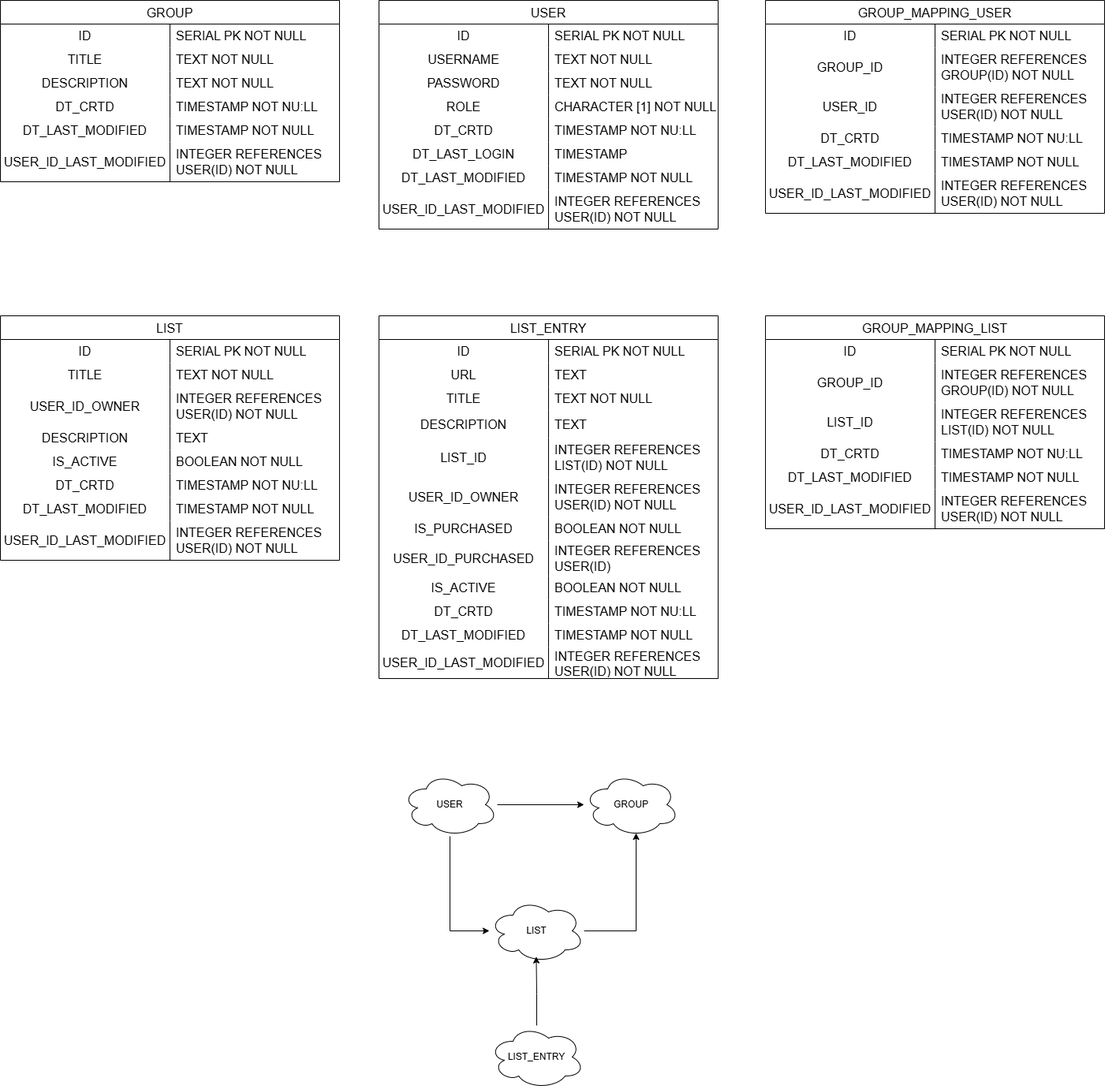
Earlier version of the draw.io export sql/SystemDesign.png (petertz044/christmas-lists). Source tidied: cells renumbered, new cells last; positions are measured from the earlier drawing's top-left corner, leaving out a move shared by most shapes.
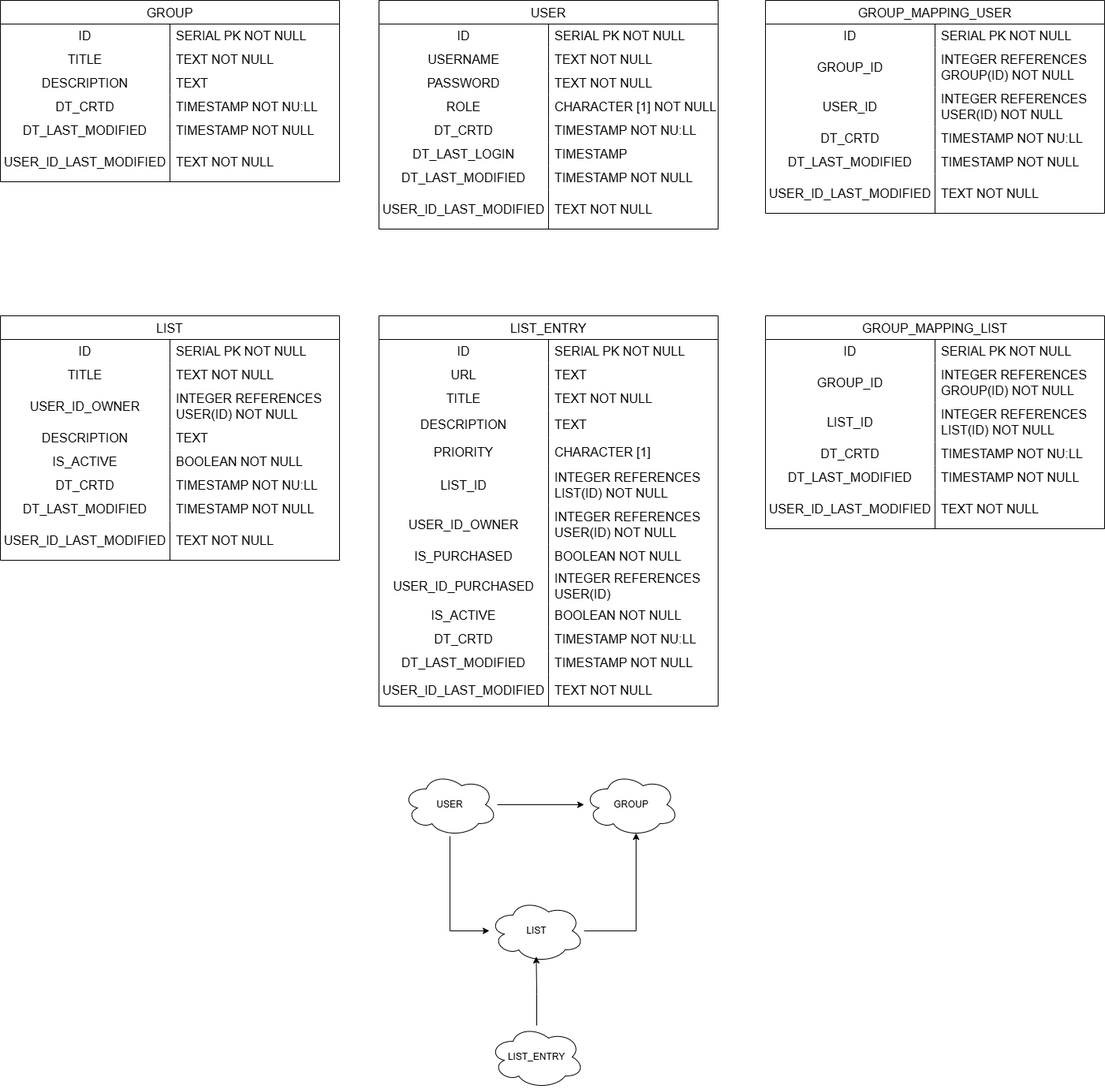
Above is the later version.

Diff of the diagram source:
```diff
@@ -74,11 +74,11 @@
     <mxCell id="25" value="USER_ID_LAST_MODIFIED" style="shape=partialRectangle;html=1;whiteSpace=wrap;fillColor=none;top=0;left=0;bottom=0;right=0;overflow=hidden;strokeColor=inherit;fontSize=16;" parent="24" vertex="1">
       <mxGeometry width="215" height="50" as="geometry" />
     </mxCell>
-    <mxCell id="26" value="INTEGER REFERENCES USER(ID) NOT NULL" style="shape=partialRectangle;html=1;whiteSpace=wrap;fillColor=none;top=0;left=0;bottom=0;right=0;align=left;spacingLeft=6;overflow=hidden;strokeColor=inherit;fontSize=16;" parent="24" vertex="1">
+    <mxCell id="26" value="TEXT NOT NULL" style="shape=partialRectangle;html=1;whiteSpace=wrap;fillColor=none;top=0;left=0;bottom=0;right=0;align=left;spacingLeft=6;overflow=hidden;strokeColor=inherit;fontSize=16;" parent="24" vertex="1">
       <mxGeometry x="215" width="215" height="50" as="geometry" />
     </mxCell>
     <mxCell id="27" value="LIST_ENTRY" style="shape=table;startSize=30;rowLines=0;fontStyle=0;strokeColor=default;fontSize=16;swimlaneFillColor=#FFFFFF;" parent="1" vertex="1">
-      <mxGeometry x="480" y="400" width="430" height="460" as="geometry" />
+      <mxGeometry x="480" y="400" width="430" height="495" as="geometry" />
     </mxCell>
     <mxCell id="28" style="shape=tableRow;horizontal=0;startSize=0;swimlaneHead=0;swimlaneBody=0;top=0;left=0;bottom=0;right=0;fillColor=none;strokeColor=inherit;fontSize=16;" parent="27" vertex="1">
       <mxGeometry y="30" width="430" height="30" as="geometry" />
@@ -116,8 +116,17 @@
     <mxCell id="39" value="TEXT" style="shape=partialRectangle;html=1;whiteSpace=wrap;fillColor=none;top=0;left=0;bottom=0;right=0;align=left;spacingLeft=6;overflow=hidden;strokeColor=inherit;fontSize=16;" parent="37" vertex="1">
       <mxGeometry x="215" width="215" height="35" as="geometry" />
     </mxCell>
+    <mxCell id="154" style="shape=tableRow;horizontal=0;startSize=0;swimlaneHead=0;swimlaneBody=0;top=0;left=0;bottom=0;right=0;fillColor=none;strokeColor=inherit;fontSize=16;" parent="27" vertex="1">
+      <mxGeometry y="155" width="430" height="35" as="geometry" />
+    </mxCell>
+    <mxCell id="155" value="PRIORITY" style="shape=partialRectangle;html=1;whiteSpace=wrap;fillColor=none;top=0;left=0;bottom=0;right=0;overflow=hidden;strokeColor=inherit;fontSize=16;" parent="154" vertex="1">
+      <mxGeometry width="215" height="35" as="geometry" />
+    </mxCell>
+    <mxCell id="156" value="CHARACTER [1]" style="shape=partialRectangle;html=1;whiteSpace=wrap;fillColor=none;top=0;left=0;bottom=0;right=0;align=left;spacingLeft=6;overflow=hidden;strokeColor=inherit;fontSize=16;" parent="154" vertex="1">
+      <mxGeometry x="215" width="215" height="35" as="geometry" />
+    </mxCell>
     <mxCell id="40" style="shape=tableRow;horizontal=0;startSize=0;swimlaneHead=0;swimlaneBody=0;top=0;left=0;bottom=0;right=0;fillColor=none;strokeColor=inherit;fontSize=16;" parent="27" vertex="1">
-      <mxGeometry y="155" width="430" height="50" as="geometry" />
+      <mxGeometry y="190" width="430" height="50" as="geometry" />
     </mxCell>
     <mxCell id="41" value="LIST_ID" style="shape=partialRectangle;html=1;whiteSpace=wrap;fillColor=none;top=0;left=0;bottom=0;right=0;overflow=hidden;strokeColor=inherit;fontSize=16;" parent="40" vertex="1">
       <mxGeometry width="215" height="50" as="geometry" />
@@ -126,7 +135,7 @@
       <mxGeometry x="215" width="215" height="50" as="geometry" />
     </mxCell>
     <mxCell id="43" style="shape=tableRow;horizontal=0;startSize=0;swimlaneHead=0;swimlaneBody=0;top=0;left=0;bottom=0;right=0;fillColor=none;strokeColor=inherit;fontSize=16;" parent="27" vertex="1">
-      <mxGeometry y="205" width="430" height="50" as="geometry" />
+      <mxGeometry y="240" width="430" height="50" as="geometry" />
     </mxCell>
     <mxCell id="44" value="USER_ID_OWNER" style="shape=partialRectangle;html=1;whiteSpace=wrap;fillColor=none;top=0;left=0;bottom=0;right=0;overflow=hidden;strokeColor=inherit;fontSize=16;" parent="43" vertex="1">
       <mxGeometry width="215" height="50" as="geometry" />
@@ -135,7 +144,7 @@
       <mxGeometry x="215" width="215" height="50" as="geometry" />
     </mxCell>
     <mxCell id="46" style="shape=tableRow;horizontal=0;startSize=0;swimlaneHead=0;swimlaneBody=0;top=0;left=0;bottom=0;right=0;fillColor=none;strokeColor=inherit;fontSize=16;" parent="27" vertex="1">
-      <mxGeometry y="255" width="430" height="30" as="geometry" />
+      <mxGeometry y="290" width="430" height="30" as="geometry" />
     </mxCell>
     <mxCell id="47" value="IS_PURCHASED" style="shape=partialRectangle;html=1;whiteSpace=wrap;fillColor=none;top=0;left=0;bottom=0;right=0;overflow=hidden;strokeColor=inherit;fontSize=16;" parent="46" vertex="1">
       <mxGeometry width="215" height="30" as="geometry" />
@@ -144,7 +153,7 @@
       <mxGeometry x="215" width="215" height="30" as="geometry" />
     </mxCell>
     <mxCell id="49" style="shape=tableRow;horizontal=0;startSize=0;swimlaneHead=0;swimlaneBody=0;top=0;left=0;bottom=0;right=0;fillColor=none;strokeColor=inherit;fontSize=16;" parent="27" vertex="1">
-      <mxGeometry y="285" width="430" height="45" as="geometry" />
+      <mxGeometry y="320" width="430" height="45" as="geometry" />
     </mxCell>
     <mxCell id="50" value="USER_ID_PURCHASED" style="shape=partialRectangle;html=1;whiteSpace=wrap;fillColor=none;top=0;left=0;bottom=0;right=0;overflow=hidden;strokeColor=inherit;fontSize=16;" parent="49" vertex="1">
       <mxGeometry width="215" height="45" as="geometry" />
@@ -153,7 +162,7 @@
       <mxGeometry x="215" width="215" height="45" as="geometry" />
     </mxCell>
     <mxCell id="52" style="shape=tableRow;horizontal=0;startSize=0;swimlaneHead=0;swimlaneBody=0;top=0;left=0;bottom=0;right=0;fillColor=none;strokeColor=inherit;fontSize=16;" parent="27" vertex="1">
-      <mxGeometry y="330" width="430" height="30" as="geometry" />
+      <mxGeometry y="365" width="430" height="30" as="geometry" />
     </mxCell>
     <mxCell id="53" value="IS_ACTIVE" style="shape=partialRectangle;html=1;whiteSpace=wrap;fillColor=none;top=0;left=0;bottom=0;right=0;overflow=hidden;strokeColor=inherit;fontSize=16;" parent="52" vertex="1">
       <mxGeometry width="215" height="30" as="geometry" />
@@ -162,7 +171,7 @@
       <mxGeometry x="215" width="215" height="30" as="geometry" />
     </mxCell>
     <mxCell id="55" style="shape=tableRow;horizontal=0;startSize=0;swimlaneHead=0;swimlaneBody=0;top=0;left=0;bottom=0;right=0;fillColor=none;strokeColor=inherit;fontSize=16;" parent="27" vertex="1">
-      <mxGeometry y="360" width="430" height="30" as="geometry" />
+      <mxGeometry y="395" width="430" height="30" as="geometry" />
     </mxCell>
     <mxCell id="56" value="DT_CRTD" style="shape=partialRectangle;html=1;whiteSpace=wrap;fillColor=none;top=0;left=0;bottom=0;right=0;overflow=hidden;strokeColor=inherit;fontSize=16;" parent="55" vertex="1">
       <mxGeometry width="215" height="30" as="geometry" />
@@ -171,7 +180,7 @@
       <mxGeometry x="215" width="215" height="30" as="geometry" />
     </mxCell>
     <mxCell id="58" style="shape=tableRow;horizontal=0;startSize=0;swimlaneHead=0;swimlaneBody=0;top=0;left=0;bottom=0;right=0;fillColor=none;strokeColor=inherit;fontSize=16;" parent="27" vertex="1">
-      <mxGeometry y="390" width="430" height="30" as="geometry" />
+      <mxGeometry y="425" width="430" height="30" as="geometry" />
     </mxCell>
     <mxCell id="59" value="DT_LAST_MODIFIED" style="shape=partialRectangle;html=1;whiteSpace=wrap;fillColor=none;top=0;left=0;bottom=0;right=0;overflow=hidden;strokeColor=inherit;fontSize=16;" parent="58" vertex="1">
       <mxGeometry width="215" height="30" as="geometry" />
@@ -180,12 +189,12 @@
       <mxGeometry x="215" width="215" height="30" as="geometry" />
     </mxCell>
     <mxCell id="61" style="shape=tableRow;horizontal=0;startSize=0;swimlaneHead=0;swimlaneBody=0;top=0;left=0;bottom=0;right=0;fillColor=none;strokeColor=inherit;fontSize=16;" parent="27" vertex="1">
-      <mxGeometry y="420" width="430" height="40" as="geometry" />
+      <mxGeometry y="455" width="430" height="40" as="geometry" />
     </mxCell>
     <mxCell id="62" value="USER_ID_LAST_MODIFIED" style="shape=partialRectangle;html=1;whiteSpace=wrap;fillColor=none;top=0;left=0;bottom=0;right=0;overflow=hidden;strokeColor=inherit;fontSize=16;" parent="61" vertex="1">
       <mxGeometry width="215" height="40" as="geometry" />
     </mxCell>
-    <mxCell id="63" value="INTEGER REFERENCES USER(ID) NOT NULL" style="shape=partialRectangle;html=1;whiteSpace=wrap;fillColor=none;top=0;left=0;bottom=0;right=0;align=left;spacingLeft=6;overflow=hidden;strokeColor=inherit;fontSize=16;" parent="61" vertex="1">
+    <mxCell id="63" value="TEXT NOT NULL" style="shape=partialRectangle;html=1;whiteSpace=wrap;fillColor=none;top=0;left=0;bottom=0;right=0;align=left;spacingLeft=6;overflow=hidden;strokeColor=inherit;fontSize=16;" parent="61" vertex="1">
       <mxGeometry x="215" width="215" height="40" as="geometry" />
     </mxCell>
     <mxCell id="64" value="LIST" style="shape=table;startSize=30;rowLines=0;fontStyle=0;strokeColor=default;fontSize=16;swimlaneFillColor=#FFFFFF;" parent="1" vertex="1">
@@ -260,7 +269,7 @@
     <mxCell id="87" value="USER_ID_LAST_MODIFIED" style="shape=partialRectangle;html=1;whiteSpace=wrap;fillColor=none;top=0;left=0;bottom=0;right=0;overflow=hidden;strokeColor=inherit;fontSize=16;" parent="86" vertex="1">
       <mxGeometry width="215" height="50" as="geometry" />
     </mxCell>
-    <mxCell id="88" value="INTEGER REFERENCES USER(ID) NOT NULL" style="shape=partialRectangle;html=1;whiteSpace=wrap;fillColor=none;top=0;left=0;bottom=0;right=0;align=left;spacingLeft=6;overflow=hidden;strokeColor=inherit;fontSize=16;" parent="86" vertex="1">
+    <mxCell id="88" value="TEXT NOT NULL" style="shape=partialRectangle;html=1;whiteSpace=wrap;fillColor=none;top=0;left=0;bottom=0;right=0;align=left;spacingLeft=6;overflow=hidden;strokeColor=inherit;fontSize=16;" parent="86" vertex="1">
       <mxGeometry x="215" width="215" height="50" as="geometry" />
     </mxCell>
     <mxCell id="89" value="GROUP" style="shape=table;startSize=30;rowLines=0;fontStyle=0;strokeColor=default;fontSize=16;swimlaneFillColor=#FFFFFF;" parent="1" vertex="1">
@@ -290,7 +299,7 @@
     <mxCell id="97" value="DESCRIPTION" style="shape=partialRectangle;html=1;whiteSpace=wrap;fillColor=none;top=0;left=0;bottom=0;right=0;overflow=hidden;strokeColor=inherit;fontSize=16;" parent="96" vertex="1">
       <mxGeometry width="215" height="30" as="geometry" />
     </mxCell>
-    <mxCell id="98" value="TEXT NOT NULL" style="shape=partialRectangle;html=1;whiteSpace=wrap;fillColor=none;top=0;left=0;bottom=0;right=0;align=left;spacingLeft=6;overflow=hidden;strokeColor=inherit;fontSize=16;" parent="96" vertex="1">
+    <mxCell id="98" value="TEXT" style="shape=partialRectangle;html=1;whiteSpace=wrap;fillColor=none;top=0;left=0;bottom=0;right=0;align=left;spacingLeft=6;overflow=hidden;strokeColor=inherit;fontSize=16;" parent="96" vertex="1">
       <mxGeometry x="215" width="215" height="30" as="geometry" />
     </mxCell>
     <mxCell id="99" style="shape=tableRow;horizontal=0;startSize=0;swimlaneHead=0;swimlaneBody=0;top=0;left=0;bottom=0;right=0;fillColor=none;strokeColor=inherit;fontSize=16;" parent="89" vertex="1">
@@ -317,7 +326,7 @@
     <mxCell id="106" value="USER_ID_LAST_MODIFIED" style="shape=partialRectangle;html=1;whiteSpace=wrap;fillColor=none;top=0;left=0;bottom=0;right=0;overflow=hidden;strokeColor=inherit;fontSize=16;" parent="105" vertex="1">
       <mxGeometry width="215" height="50" as="geometry" />
     </mxCell>
-    <mxCell id="107" value="INTEGER REFERENCES USER(ID) NOT NULL" style="shape=partialRectangle;html=1;whiteSpace=wrap;fillColor=none;top=0;left=0;bottom=0;right=0;align=left;spacingLeft=6;overflow=hidden;strokeColor=inherit;fontSize=16;" parent="105" vertex="1">
+    <mxCell id="107" value="TEXT NOT NULL" style="shape=partialRectangle;html=1;whiteSpace=wrap;fillColor=none;top=0;left=0;bottom=0;right=0;align=left;spacingLeft=6;overflow=hidden;strokeColor=inherit;fontSize=16;" parent="105" vertex="1">
       <mxGeometry x="215" width="215" height="50" as="geometry" />
     </mxCell>
     <mxCell id="108" value="GROUP_MAPPING_LIST" style="shape=table;startSize=30;rowLines=0;fontStyle=0;strokeColor=default;fontSize=16;swimlaneFillColor=#FFFFFF;" parent="1" vertex="1">
@@ -374,7 +383,7 @@
     <mxCell id="125" value="USER_ID_LAST_MODIFIED" style="shape=partialRectangle;html=1;whiteSpace=wrap;fillColor=none;top=0;left=0;bottom=0;right=0;overflow=hidden;strokeColor=inherit;fontSize=16;" parent="124" vertex="1">
       <mxGeometry width="215" height="50" as="geometry" />
     </mxCell>
-    <mxCell id="126" value="INTEGER REFERENCES USER(ID) NOT NULL" style="shape=partialRectangle;html=1;whiteSpace=wrap;fillColor=none;top=0;left=0;bottom=0;right=0;align=left;spacingLeft=6;overflow=hidden;strokeColor=inherit;fontSize=16;" parent="124" vertex="1">
+    <mxCell id="126" value="TEXT NOT NULL" style="shape=partialRectangle;html=1;whiteSpace=wrap;fillColor=none;top=0;left=0;bottom=0;right=0;align=left;spacingLeft=6;overflow=hidden;strokeColor=inherit;fontSize=16;" parent="124" vertex="1">
       <mxGeometry x="215" width="215" height="50" as="geometry" />
     </mxCell>
     <mxCell id="127" value="GROUP_MAPPING_USER" style="shape=table;startSize=30;rowLines=0;fontStyle=0;strokeColor=default;fontSize=16;swimlaneFillColor=#FFFFFF;" parent="1" vertex="1">
@@ -431,7 +440,7 @@
     <mxCell id="144" value="USER_ID_LAST_MODIFIED" style="shape=partialRectangle;html=1;whiteSpace=wrap;fillColor=none;top=0;left=0;bottom=0;right=0;overflow=hidden;strokeColor=inherit;fontSize=16;" parent="143" vertex="1">
       <mxGeometry width="215" height="50" as="geometry" />
     </mxCell>
-    <mxCell id="145" value="INTEGER REFERENCES USER(ID) NOT NULL" style="shape=partialRectangle;html=1;whiteSpace=wrap;fillColor=none;top=0;left=0;bottom=0;right=0;align=left;spacingLeft=6;overflow=hidden;strokeColor=inherit;fontSize=16;" parent="143" vertex="1">
+    <mxCell id="145" value="TEXT NOT NULL" style="shape=partialRectangle;html=1;whiteSpace=wrap;fillColor=none;top=0;left=0;bottom=0;right=0;align=left;spacingLeft=6;overflow=hidden;strokeColor=inherit;fontSize=16;" parent="143" vertex="1">
       <mxGeometry x="215" width="215" height="50" as="geometry" />
     </mxCell>
     <mxCell id="146" style="edgeStyle=orthogonalEdgeStyle;rounded=0;jettySize=auto;html=1;" parent="1" edge="1" source="148" target="149">
```
